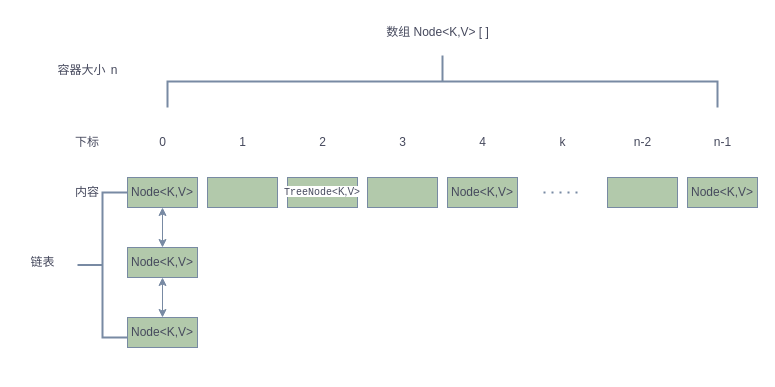
This is Untitled Diagram.drawio from lm-lan/document, a draw.io file, before an edit. Source tidied: cells renumbered, new cells numbered last; positions are measured from the earlier drawing's top-left corner, leaving out a move shared by most shapes. Both pictures are drawn from the tidied source at 100%, with x=0, y=0 at pixel (17, 17).
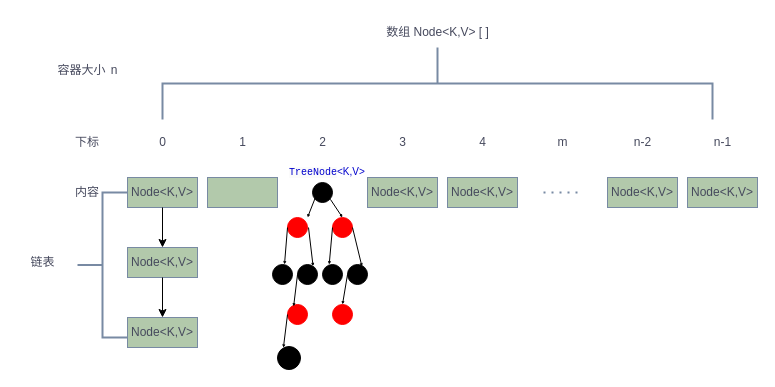
After the change.

The change refers to these unchanged cells:
```xml
<mxCell id="2" value="Node&amp;lt;K,V&amp;gt;" style="rounded=0;whiteSpace=wrap;html=1;labelBackgroundColor=none;fillColor=#B2C9AB;strokeColor=#788AA3;fontColor=#46495D;" parent="1" vertex="1">
  <mxGeometry x="110" y="160" width="70" height="30" as="geometry" />
</mxCell>
<mxCell id="9" value="Node&amp;lt;K,V&amp;gt;" style="rounded=0;whiteSpace=wrap;html=1;labelBackgroundColor=none;fillColor=#B2C9AB;strokeColor=#788AA3;fontColor=#46495D;" parent="1" vertex="1">
  <mxGeometry x="110" y="230" width="70" height="30" as="geometry" />
</mxCell>
<mxCell id="10" value="Node&amp;lt;K,V&amp;gt;" style="rounded=0;whiteSpace=wrap;html=1;labelBackgroundColor=none;fillColor=#B2C9AB;strokeColor=#788AA3;fontColor=#46495D;" parent="1" vertex="1">
  <mxGeometry x="110" y="300" width="70" height="30" as="geometry" />
</mxCell>
```

The edit, as a diff of the source:
```diff
@@
-    <mxCell id="4" value="&lt;span style=&quot;background-color: rgb(255, 255, 255);&quot;&gt;&lt;span style=&quot;font-family: &amp;quot;JetBrains Mono&amp;quot;, monospace; font-size: 10px;&quot;&gt;TreeNode&lt;/span&gt;&amp;lt;K,V&amp;gt;&lt;/span&gt;" style="rounded=0;whiteSpace=wrap;html=1;fontSize=10;labelBackgroundColor=none;fillColor=#B2C9AB;strokeColor=#788AA3;fontColor=#46495D;" parent="1" vertex="1">
-      <mxGeometry x="270" y="160" width="70" height="30" as="geometry" />
-    </mxCell>
-    <mxCell id="5" value="&amp;nbsp;" style="rounded=0;whiteSpace=wrap;html=1;labelBackgroundColor=none;fillColor=#B2C9AB;strokeColor=#788AA3;fontColor=#46495D;" parent="1" vertex="1">
+    <mxCell id="5" value="Node&amp;lt;K,V&amp;gt;" style="rounded=0;whiteSpace=wrap;html=1;labelBackgroundColor=none;fillColor=#B2C9AB;strokeColor=#788AA3;fontColor=#46495D;" parent="1" vertex="1">
       <mxGeometry x="350" y="160" width="70" height="30" as="geometry" />
     </mxCell>
@@
-    <mxCell id="7" value="&amp;nbsp;" style="rounded=0;whiteSpace=wrap;html=1;labelBackgroundColor=none;fillColor=#B2C9AB;strokeColor=#788AA3;fontColor=#46495D;" parent="1" vertex="1">
+    <mxCell id="7" value="Node&amp;lt;K,V&amp;gt;" style="rounded=0;whiteSpace=wrap;html=1;labelBackgroundColor=none;fillColor=#B2C9AB;strokeColor=#788AA3;fontColor=#46495D;" parent="1" vertex="1">
       <mxGeometry x="590" y="160" width="70" height="30" as="geometry" />
     </mxCell>
@@
-    <mxCell id="19" value="k" style="text;html=1;align=center;verticalAlign=middle;strokeColor=none;fillColor=none;labelBackgroundColor=none;fontColor=#46495D;" parent="1" vertex="1">
+    <mxCell id="19" value="m" style="text;html=1;align=center;verticalAlign=middle;strokeColor=none;fillColor=none;labelBackgroundColor=none;fontColor=#46495D;" parent="1" vertex="1">
       <mxGeometry x="530" y="110" width="30" height="30" as="geometry" />
     </mxCell>
@@
     <mxCell id="25" style="strokeWidth=2;html=1;shape=mxgraph.flowchart.annotation_2;align=left;labelPosition=right;strokeColor=#788AA3;fontColor=#46495D;fillColor=#B2C9AB;direction=south;" parent="1" vertex="1">
-      <mxGeometry x="150" y="38" width="550" height="52" as="geometry" />
+      <mxGeometry x="145" y="30" width="550" height="72" as="geometry" />
     </mxCell>
@@
-    <mxCell id="27" style="endArrow=classic;startArrow=classic;html=1;rounded=0;strokeColor=#788AA3;fontColor=#46495D;fillColor=#B2C9AB;entryX=0.5;entryY=1;entryDx=0;entryDy=0;exitX=0.5;exitY=0;exitDx=0;exitDy=0;" parent="1" edge="1" source="9" target="2">
-      <mxGeometry relative="1" as="geometry" />
-    </mxCell>
-    <mxCell id="28" style="endArrow=classic;startArrow=classic;html=1;rounded=0;strokeColor=#788AA3;fontColor=#46495D;fillColor=#B2C9AB;entryX=0.5;entryY=1;entryDx=0;entryDy=0;exitX=0.5;exitY=0;exitDx=0;exitDy=0;" parent="1" edge="1" source="10" target="9">
-      <mxGeometry relative="1" as="geometry" />
-    </mxCell>
+    <mxCell id="29" style="endArrow=classic;html=1;rounded=0;exitX=0.5;exitY=1;exitDx=0;exitDy=0;entryX=0.5;entryY=0;entryDx=0;entryDy=0;" parent="1" edge="1" source="2" target="9">
+      <mxGeometry relative="1" as="geometry" />
+    </mxCell>
+    <mxCell id="30" style="endArrow=classic;html=1;rounded=0;entryX=0.5;entryY=0;entryDx=0;entryDy=0;exitX=0.5;exitY=1;exitDx=0;exitDy=0;" parent="1" edge="1" source="9" target="10">
+      <mxGeometry relative="1" as="geometry" />
+    </mxCell>
+    <mxCell id="31" style="ellipse;whiteSpace=wrap;html=1;fillColor=#FF0000;strokeColor=#FF0000;" parent="1" vertex="1">
+      <mxGeometry x="315" y="200" width="20" height="20" as="geometry" />
+    </mxCell>
+    <mxCell id="32" style="ellipse;whiteSpace=wrap;html=1;fillColor=#FF0000;strokeColor=#FF0000;" parent="1" vertex="1">
+      <mxGeometry x="270" y="287" width="20" height="20" as="geometry" />
+    </mxCell>
+    <mxCell id="33" style="ellipse;whiteSpace=wrap;html=1;fillColor=#FF0000;strokeColor=#FF0000;" parent="1" vertex="1">
+      <mxGeometry x="315" y="287" width="20" height="20" as="geometry" />
+    </mxCell>
+    <mxCell id="34" style="ellipse;whiteSpace=wrap;html=1;fillColor=#000000;strokeColor=#000000;" parent="1" vertex="1">
+      <mxGeometry x="255" y="247" width="20" height="20" as="geometry" />
+    </mxCell>
+    <mxCell id="35" style="ellipse;whiteSpace=wrap;html=1;fillColor=#000000;strokeColor=#000000;" parent="1" vertex="1">
+      <mxGeometry x="280" y="247" width="20" height="20" as="geometry" />
+    </mxCell>
+    <mxCell id="36" style="ellipse;whiteSpace=wrap;html=1;fillColor=#000000;strokeColor=#000000;" parent="1" vertex="1">
+      <mxGeometry x="305" y="247" width="20" height="20" as="geometry" />
+    </mxCell>
+    <mxCell id="37" style="ellipse;whiteSpace=wrap;html=1;fillColor=#000000;strokeColor=#000000;" parent="1" vertex="1">
+      <mxGeometry x="330" y="247" width="20" height="20" as="geometry" />
+    </mxCell>
+    <mxCell id="38" style="ellipse;whiteSpace=wrap;html=1;fillColor=#000000;strokeColor=#000000;" parent="1" vertex="1">
+      <mxGeometry x="295" y="165" width="20" height="20" as="geometry" />
+    </mxCell>
+    <mxCell id="4" value="&lt;span style=&quot;forced-color-adjust: none; color: rgb(0, 0, 204); font-style: normal; font-variant-ligatures: normal; font-variant-caps: normal; font-weight: 400; letter-spacing: normal; orphans: 2; text-align: center; text-indent: 0px; text-transform: none; widows: 2; word-spacing: 0px; -webkit-text-stroke-width: 0px; white-space: normal; background-color: rgb(251, 251, 251); text-decoration-thickness: initial; text-decoration-style: initial; text-decoration-color: initial; font-size: 10px; font-family: &amp;quot;JetBrains Mono&amp;quot;, monospace;&quot;&gt;TreeNode&lt;/span&gt;&lt;span style=&quot;forced-color-adjust: none; color: rgb(0, 0, 204); font-family: Helvetica; font-style: normal; font-variant-ligatures: normal; font-variant-caps: normal; font-weight: 400; letter-spacing: normal; orphans: 2; text-align: center; text-indent: 0px; text-transform: none; widows: 2; word-spacing: 0px; -webkit-text-stroke-width: 0px; white-space: normal; text-decoration-thickness: initial; text-decoration-style: initial; text-decoration-color: initial; font-size: 10px; background-color: rgb(255, 255, 255);&quot;&gt;&amp;lt;K,V&amp;gt;&lt;/span&gt;" style="text;whiteSpace=wrap;html=1;" parent="1" vertex="1">
+      <mxGeometry x="270" y="140" width="100" height="40" as="geometry" />
+    </mxCell>
+    <mxCell id="39" style="ellipse;whiteSpace=wrap;html=1;fillColor=#000000;strokeColor=#000000;" parent="1" vertex="1">
+      <mxGeometry x="260" y="329" width="23" height="23" as="geometry" />
+    </mxCell>
+    <mxCell id="40" style="endArrow=classic;html=1;rounded=0;entryX=0.5;entryY=0;entryDx=0;entryDy=0;curved=0;endSize=1;exitX=0.429;exitY=1.046;exitDx=0;exitDy=0;exitPerimeter=0;" parent="1" edge="1" source="4" target="31">
+      <mxGeometry relative="1" as="geometry" />
+    </mxCell>
+    <mxCell id="41" style="endArrow=classic;html=1;rounded=0;exitX=1;exitY=0.5;exitDx=0;exitDy=0;entryX=0.723;entryY=0.102;entryDx=0;entryDy=0;curved=0;endSize=1;entryPerimeter=0;" parent="1" edge="1" source="31" target="37">
+      <mxGeometry relative="1" as="geometry" />
+    </mxCell>
+    <mxCell id="42" style="endArrow=classic;html=1;rounded=0;exitX=0;exitY=0.5;exitDx=0;exitDy=0;curved=0;endSize=1;entryX=0.257;entryY=0.054;entryDx=0;entryDy=0;entryPerimeter=0;" parent="1" edge="1" source="32" target="39">
+      <mxGeometry relative="1" as="geometry" />
+    </mxCell>
+    <mxCell id="43" style="endArrow=classic;html=1;rounded=0;exitX=0;exitY=0.5;exitDx=0;exitDy=0;entryX=0.5;entryY=0;entryDx=0;entryDy=0;curved=0;endSize=1;" parent="1" edge="1" source="37" target="33">
+      <mxGeometry relative="1" as="geometry" />
+    </mxCell>
+    <mxCell id="44" style="endArrow=classic;html=1;rounded=0;exitX=0;exitY=0.5;exitDx=0;exitDy=0;entryX=0.306;entryY=0.102;entryDx=0;entryDy=0;curved=0;endSize=1;entryPerimeter=0;" parent="1" edge="1" source="35" target="32">
+      <mxGeometry relative="1" as="geometry" />
+    </mxCell>
+    <mxCell id="45" style="endArrow=classic;html=1;rounded=0;entryX=0.335;entryY=0.006;entryDx=0;entryDy=0;curved=0;endSize=1;entryPerimeter=0;exitX=0;exitY=0.5;exitDx=0;exitDy=0;" parent="1" edge="1" source="31" target="36">
+      <mxGeometry relative="1" as="geometry" />
+    </mxCell>
+    <mxCell id="46" style="endArrow=classic;html=1;rounded=0;curved=0;endSize=1;exitX=0;exitY=1;exitDx=0;exitDy=0;" parent="1" edge="1">
+      <mxGeometry relative="1" as="geometry">
+        <mxPoint x="297.9" y="180" as="sourcePoint" />
+        <mxPoint x="290" y="200" as="targetPoint" />
+      </mxGeometry>
+    </mxCell>
+    <mxCell id="47" style="endArrow=classic;html=1;rounded=0;exitX=1;exitY=1;exitDx=0;exitDy=0;entryX=0;entryY=0;entryDx=0;entryDy=0;curved=0;endSize=1;" parent="1" edge="1" target="48">
+      <mxGeometry relative="1" as="geometry">
+        <mxPoint x="280" y="204" as="sourcePoint" />
+      </mxGeometry>
+    </mxCell>
+    <mxCell id="48" style="ellipse;whiteSpace=wrap;html=1;fillColor=#FF0000;strokeColor=#FF0000;" parent="1" vertex="1">
+      <mxGeometry x="270" y="200" width="20" height="20" as="geometry" />
+    </mxCell>
+    <mxCell id="49" style="endArrow=classic;html=1;rounded=0;entryX=0.335;entryY=0.006;entryDx=0;entryDy=0;curved=0;endSize=1;entryPerimeter=0;exitX=0;exitY=0.5;exitDx=0;exitDy=0;" parent="1" edge="1">
+      <mxGeometry relative="1" as="geometry">
+        <mxPoint x="270" y="210" as="sourcePoint" />
+        <mxPoint x="267" y="247" as="targetPoint" />
+      </mxGeometry>
+    </mxCell>
+    <mxCell id="50" style="endArrow=classic;html=1;rounded=0;exitX=1;exitY=0.5;exitDx=0;exitDy=0;entryX=0.78;entryY=0.085;entryDx=0;entryDy=0;curved=0;endSize=1;entryPerimeter=0;" parent="1" edge="1" target="35">
+      <mxGeometry relative="1" as="geometry">
+        <mxPoint x="291" y="210" as="sourcePoint" />
+      </mxGeometry>
+    </mxCell>
```
